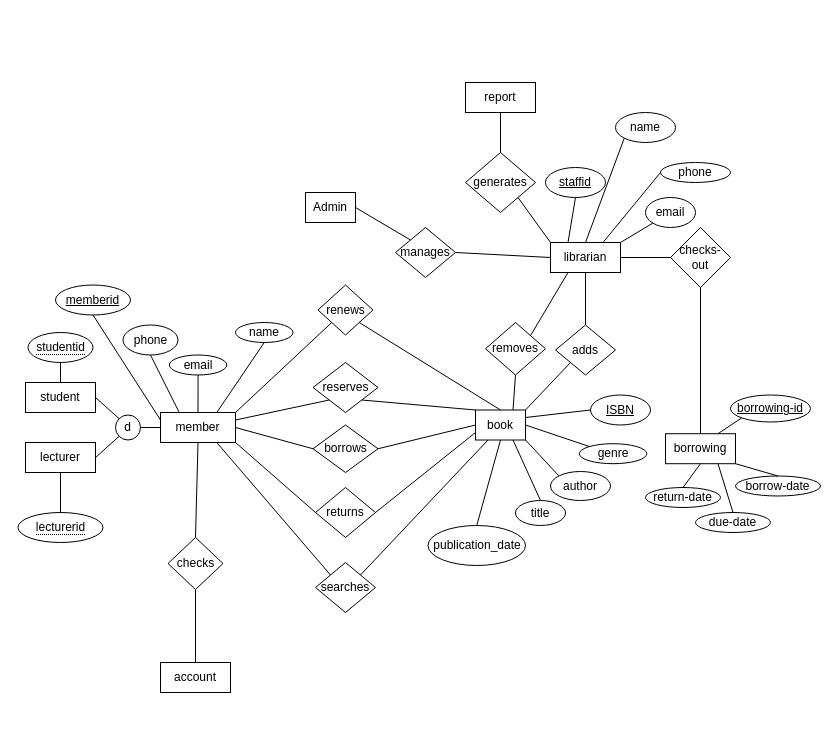
Before: erLMS.drawio in Dinuvi9170/NSBM-Green-University, a draw.io diagram. Source tidied: cells renumbered, new cells numbered last; positions are measured from the earlier drawing's top-left corner, leaving out a move shared by most shapes. Both pictures are drawn from the tidied source at 100%, with x=0, y=0 at pixel (17, 82).
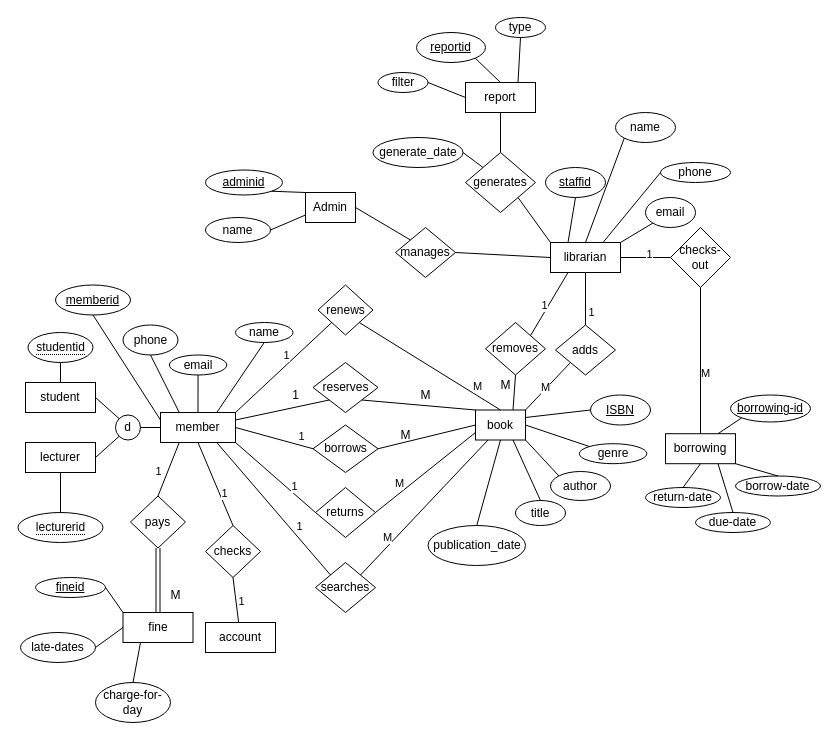
Above is the later version.

The change refers to these unchanged cells:
```xml
<mxCell id="7" value="member" style="html=1;whiteSpace=wrap;" parent="1" vertex="1">
  <mxGeometry x="143" y="330" width="75" height="30" as="geometry" />
</mxCell>
<mxCell id="8" value="report" style="html=1;whiteSpace=wrap;" parent="1" vertex="1">
  <mxGeometry x="448" width="70" height="30" as="geometry" />
</mxCell>
<mxCell id="24" style="endArrow=none;html=1;rounded=0;exitX=1;exitY=1;exitDx=0;exitDy=0;entryX=0.5;entryY=0;entryDx=0;entryDy=0;" parent="1" edge="1" source="21" target="4">
  <mxGeometry relative="1" as="geometry" />
</mxCell>
<mxCell id="25" style="endArrow=none;html=1;rounded=0;entryX=0;entryY=0;entryDx=0;entryDy=0;exitX=0.75;exitY=1;exitDx=0;exitDy=0;" parent="1" edge="1" source="7" target="19">
  <mxGeometry relative="1" as="geometry" />
</mxCell>
<mxCell id="27" style="endArrow=none;html=1;rounded=0;exitX=1;exitY=0.5;exitDx=0;exitDy=0;entryX=0;entryY=0.5;entryDx=0;entryDy=0;" parent="1" edge="1" source="7" target="22">
  <mxGeometry relative="1" as="geometry" />
</mxCell>
<mxCell id="28" style="endArrow=none;html=1;rounded=0;exitX=1;exitY=0;exitDx=0;exitDy=0;entryX=0;entryY=1;entryDx=0;entryDy=0;" parent="1" edge="1" source="7" target="21">
  <mxGeometry relative="1" as="geometry" />
</mxCell>
<mxCell id="29" style="endArrow=none;html=1;rounded=0;entryX=0;entryY=0.5;entryDx=0;entryDy=0;exitX=1;exitY=1;exitDx=0;exitDy=0;" parent="1" edge="1" source="7" target="20">
  <mxGeometry relative="1" as="geometry" />
</mxCell>
<mxCell id="30" style="endArrow=none;html=1;rounded=0;entryX=0;entryY=0.75;entryDx=0;entryDy=0;exitX=1;exitY=0.5;exitDx=0;exitDy=0;" parent="1" edge="1" source="20" target="4">
  <mxGeometry relative="1" as="geometry" />
</mxCell>
<mxCell id="31" style="endArrow=none;html=1;rounded=0;exitX=1;exitY=0;exitDx=0;exitDy=0;entryX=0.25;entryY=1;entryDx=0;entryDy=0;" parent="1" edge="1" source="19" target="4">
  <mxGeometry relative="1" as="geometry" />
</mxCell>
<mxCell id="32" style="endArrow=none;html=1;rounded=0;exitX=1;exitY=0;exitDx=0;exitDy=0;entryX=0.25;entryY=1;entryDx=0;entryDy=0;" parent="1" edge="1" source="17" target="3">
  <mxGeometry relative="1" as="geometry" />
</mxCell>
<mxCell id="33" style="endArrow=none;html=1;rounded=0;exitX=0.5;exitY=0;exitDx=0;exitDy=0;entryX=0.5;entryY=1;entryDx=0;entryDy=0;" parent="1" edge="1" source="16" target="3">
  <mxGeometry relative="1" as="geometry" />
</mxCell>
<mxCell id="34" style="endArrow=none;html=1;rounded=0;exitX=1;exitY=0;exitDx=0;exitDy=0;entryX=0;entryY=1;entryDx=0;entryDy=0;" parent="1" edge="1" source="4" target="16">
  <mxGeometry relative="1" as="geometry" />
</mxCell>
<mxCell id="36" value="Admin" style="rounded=0;whiteSpace=wrap;html=1;" parent="1" vertex="1">
  <mxGeometry x="288" y="110" width="50" height="30" as="geometry" />
</mxCell>
<mxCell id="39" style="endArrow=none;html=1;rounded=0;entryX=0.5;entryY=1;entryDx=0;entryDy=0;exitX=0.5;exitY=0;exitDx=0;exitDy=0;" parent="1" edge="1" source="2" target="15">
  <mxGeometry relative="1" as="geometry" />
</mxCell>
<mxCell id="40" style="endArrow=none;html=1;rounded=0;exitX=1;exitY=0.5;exitDx=0;exitDy=0;entryX=0;entryY=0.5;entryDx=0;entryDy=0;" parent="1" edge="1" source="3" target="15">
  <mxGeometry relative="1" as="geometry" />
</mxCell>
<mxCell id="43" value="generates" style="rhombus;whiteSpace=wrap;html=1;" parent="1" vertex="1">
  <mxGeometry x="448" y="70" width="70" height="60" as="geometry" />
</mxCell>
<mxCell id="46" style="endArrow=none;html=1;rounded=0;entryX=0.5;entryY=1;entryDx=0;entryDy=0;" parent="1" edge="1" source="9" target="42">
  <mxGeometry relative="1" as="geometry" />
</mxCell>
<mxCell id="47" style="endArrow=none;html=1;rounded=0;entryX=0.5;entryY=1;entryDx=0;entryDy=0;exitX=0.5;exitY=0;exitDx=0;exitDy=0;" parent="1" edge="1" source="42" target="7">
  <mxGeometry relative="1" as="geometry" />
</mxCell>
```

Change to the diagram source:
```diff
@@
     <mxCell id="9" value="account" style="html=1;whiteSpace=wrap;" parent="1" vertex="1">
-      <mxGeometry x="143" y="580" width="70" height="30" as="geometry" />
+      <mxGeometry x="188" y="540" width="70" height="30" as="geometry" />
     </mxCell>
@@
+    <mxCell id="86" value="M" style="edgeLabel;html=1;align=center;verticalAlign=middle;" parent="24" vertex="1">
+      <mxGeometry x="0.61" y="8" relative="1" as="geometry" />
+    </mxCell>
@@
+    <mxCell id="87" value="1" style="edgeLabel;html=1;align=center;verticalAlign=middle;" parent="25" vertex="1">
+      <mxGeometry x="0.34" y="8" relative="1" as="geometry" />
+    </mxCell>
@@
+    <mxCell id="88" value="1" style="edgeLabel;html=1;align=center;verticalAlign=middle;" parent="27" vertex="1">
+      <mxGeometry x="0.62" y="9" relative="1" as="geometry" />
+    </mxCell>
@@
+    <mxCell id="89" value="1" style="edgeLabel;html=1;align=center;verticalAlign=middle;" parent="28" vertex="1">
+      <mxGeometry x="0.15" y="7" relative="1" as="geometry" />
+    </mxCell>
@@
+    <mxCell id="90" value="1" style="edgeLabel;html=1;align=center;verticalAlign=middle;" parent="29" vertex="1">
+      <mxGeometry x="0.36" y="6" relative="1" as="geometry">
+        <mxPoint y="1" as="offset" />
+      </mxGeometry>
+    </mxCell>
@@
+    <mxCell id="91" value="M" style="edgeLabel;html=1;align=center;verticalAlign=middle;" parent="30" vertex="1">
+      <mxGeometry x="-0.42" y="8" relative="1" as="geometry" />
+    </mxCell>
@@
+    <mxCell id="92" value="M" style="edgeLabel;html=1;align=center;verticalAlign=middle;" parent="31" vertex="1">
+      <mxGeometry x="-0.49" y="6" relative="1" as="geometry">
+        <mxPoint x="-1" as="offset" />
+      </mxGeometry>
+    </mxCell>
@@
+    <mxCell id="93" value="1" style="edgeLabel;html=1;align=center;verticalAlign=middle;" parent="32" vertex="1">
+      <mxGeometry x="-0.1" y="4" relative="1" as="geometry" />
+    </mxCell>
@@
+    <mxCell id="94" value="1" style="edgeLabel;html=1;align=center;verticalAlign=middle;" parent="33" vertex="1">
+      <mxGeometry x="-0.52" y="-5" relative="1" as="geometry" />
+    </mxCell>
@@
+    <mxCell id="95" value="M" style="edgeLabel;html=1;align=center;verticalAlign=middle;" parent="34" vertex="1">
+      <mxGeometry x="-0.09" y="2" relative="1" as="geometry" />
+    </mxCell>
@@
+    <mxCell id="96" value="M" style="edgeLabel;html=1;align=center;verticalAlign=middle;" parent="39" vertex="1">
+      <mxGeometry x="-0.16" y="-4" relative="1" as="geometry" />
+    </mxCell>
@@
+    <mxCell id="97" value="1" style="edgeLabel;html=1;align=center;verticalAlign=middle;" parent="40" vertex="1">
+      <mxGeometry x="0.1" y="4" relative="1" as="geometry" />
+    </mxCell>
@@
     <mxCell id="42" value="checks" style="rhombus;whiteSpace=wrap;html=1;" parent="1" vertex="1">
-      <mxGeometry x="150.5" y="455" width="55" height="52" as="geometry" />
+      <mxGeometry x="188" y="443" width="55" height="52" as="geometry" />
     </mxCell>
@@
+    <mxCell id="98" value="1" style="edgeLabel;html=1;align=center;verticalAlign=middle;" parent="46" vertex="1">
+      <mxGeometry x="-0.07" y="-5" relative="1" as="geometry" />
+    </mxCell>
@@
+    <mxCell id="99" value="1" style="edgeLabel;html=1;align=center;verticalAlign=middle;" parent="47" vertex="1">
+      <mxGeometry x="-0.28" y="-4" relative="1" as="geometry">
+        <mxPoint y="-1" as="offset" />
+      </mxGeometry>
+    </mxCell>
@@
+    <mxCell id="100" value="pays" style="rhombus;whiteSpace=wrap;html=1;" parent="1" vertex="1">
+      <mxGeometry x="113" y="413.5" width="55" height="52" as="geometry" />
+    </mxCell>
+    <mxCell id="101" value="fine" style="html=1;whiteSpace=wrap;" parent="1" vertex="1">
+      <mxGeometry x="105.5" y="530" width="70" height="30" as="geometry" />
+    </mxCell>
+    <mxCell id="102" style="endArrow=none;html=1;rounded=0;entryX=0.25;entryY=1;entryDx=0;entryDy=0;exitX=0.5;exitY=0;exitDx=0;exitDy=0;" parent="1" edge="1" source="100" target="7">
+      <mxGeometry relative="1" as="geometry" />
+    </mxCell>
+    <mxCell id="103" value="1" style="edgeLabel;html=1;align=center;verticalAlign=middle;" parent="102" vertex="1">
+      <mxGeometry x="-0.18" y="9" relative="1" as="geometry">
+        <mxPoint y="1" as="offset" />
+      </mxGeometry>
+    </mxCell>
+    <mxCell id="104" value="fineid" style="ellipse;whiteSpace=wrap;html=1;align=center;fontStyle=4;" parent="1" vertex="1">
+      <mxGeometry x="18" y="495" width="70" height="20" as="geometry" />
+    </mxCell>
+    <mxCell id="105" value="late-dates" style="ellipse;whiteSpace=wrap;html=1;align=center;" parent="1" vertex="1">
+      <mxGeometry x="3" y="550" width="75" height="30" as="geometry" />
+    </mxCell>
+    <mxCell id="106" value="charge-for-day" style="ellipse;whiteSpace=wrap;html=1;align=center;" parent="1" vertex="1">
+      <mxGeometry x="78" y="600" width="75" height="40" as="geometry" />
+    </mxCell>
+    <mxCell id="107" style="endArrow=none;html=1;rounded=0;exitX=1;exitY=0.5;exitDx=0;exitDy=0;entryX=0;entryY=0.5;entryDx=0;entryDy=0;" parent="1" edge="1" source="105" target="101">
+      <mxGeometry relative="1" as="geometry" />
+    </mxCell>
+    <mxCell id="108" style="endArrow=none;html=1;rounded=0;entryX=0.25;entryY=1;entryDx=0;entryDy=0;exitX=0.5;exitY=0;exitDx=0;exitDy=0;" parent="1" edge="1" source="106" target="101">
+      <mxGeometry relative="1" as="geometry" />
+    </mxCell>
+    <mxCell id="109" style="endArrow=none;html=1;rounded=0;exitX=1;exitY=0.5;exitDx=0;exitDy=0;entryX=0;entryY=0;entryDx=0;entryDy=0;" parent="1" edge="1" source="104" target="101">
+      <mxGeometry relative="1" as="geometry" />
+    </mxCell>
+    <mxCell id="110" value="reportid" style="ellipse;whiteSpace=wrap;html=1;align=center;fontStyle=4;" parent="1" vertex="1">
+      <mxGeometry x="399" y="-50" width="69" height="30" as="geometry" />
+    </mxCell>
+    <mxCell id="111" value="filter" style="ellipse;whiteSpace=wrap;html=1;align=center;" parent="1" vertex="1">
+      <mxGeometry x="360.5" y="-10" width="50" height="20" as="geometry" />
+    </mxCell>
+    <mxCell id="112" value="type" style="ellipse;whiteSpace=wrap;html=1;align=center;" parent="1" vertex="1">
+      <mxGeometry x="478" y="-65" width="50" height="20" as="geometry" />
+    </mxCell>
+    <mxCell id="113" value="generate_date" style="ellipse;whiteSpace=wrap;html=1;align=center;" parent="1" vertex="1">
+      <mxGeometry x="355.5" y="55" width="90" height="30" as="geometry" />
+    </mxCell>
+    <mxCell id="114" style="endArrow=none;html=1;rounded=0;exitX=1;exitY=0.5;exitDx=0;exitDy=0;entryX=0;entryY=0.5;entryDx=0;entryDy=0;" parent="1" edge="1" source="111" target="8">
+      <mxGeometry relative="1" as="geometry" />
+    </mxCell>
+    <mxCell id="115" style="endArrow=none;html=1;rounded=0;entryX=0.5;entryY=0;entryDx=0;entryDy=0;exitX=1;exitY=1;exitDx=0;exitDy=0;" parent="1" edge="1" source="110" target="8">
+      <mxGeometry relative="1" as="geometry" />
+    </mxCell>
+    <mxCell id="116" style="endArrow=none;html=1;rounded=0;exitX=0.75;exitY=0;exitDx=0;exitDy=0;entryX=0.5;entryY=1;entryDx=0;entryDy=0;" parent="1" edge="1" source="8" target="112">
+      <mxGeometry relative="1" as="geometry" />
+    </mxCell>
+    <mxCell id="117" style="endArrow=none;html=1;rounded=0;entryX=0;entryY=0;entryDx=0;entryDy=0;exitX=1;exitY=0.5;exitDx=0;exitDy=0;" parent="1" edge="1" source="113" target="43">
+      <mxGeometry relative="1" as="geometry" />
+    </mxCell>
+    <mxCell id="118" value="adminid" style="ellipse;whiteSpace=wrap;html=1;align=center;fontStyle=4;" parent="1" vertex="1">
+      <mxGeometry x="188" y="87.5" width="77" height="25" as="geometry" />
+    </mxCell>
+    <mxCell id="119" value="name" style="ellipse;whiteSpace=wrap;html=1;align=center;" parent="1" vertex="1">
+      <mxGeometry x="188" y="135" width="65" height="25" as="geometry" />
+    </mxCell>
+    <mxCell id="120" style="endArrow=none;html=1;rounded=0;entryX=0;entryY=0.75;entryDx=0;entryDy=0;exitX=1;exitY=0.5;exitDx=0;exitDy=0;" parent="1" edge="1" source="119" target="36">
+      <mxGeometry relative="1" as="geometry" />
+    </mxCell>
+    <mxCell id="121" style="endArrow=none;html=1;rounded=0;exitX=1;exitY=1;exitDx=0;exitDy=0;entryX=0;entryY=0;entryDx=0;entryDy=0;" parent="1" edge="1" source="118" target="36">
+      <mxGeometry relative="1" as="geometry" />
+    </mxCell>
+    <mxCell id="122" style="shape=link;html=1;rounded=0;exitX=0.5;exitY=1;exitDx=0;exitDy=0;width=4;entryX=0.5;entryY=0;entryDx=0;entryDy=0;" parent="1" edge="1" source="100" target="101">
+      <mxGeometry relative="1" as="geometry" />
+    </mxCell>
+    <mxCell id="123" value="1" style="text;html=1;align=center;verticalAlign=middle;strokeColor=none;fillColor=none;" parent="1" vertex="1">
+      <mxGeometry x="263" y="298" width="30" height="30" as="geometry" />
+    </mxCell>
+    <mxCell id="124" value="M" style="text;html=1;align=center;verticalAlign=middle;strokeColor=none;fillColor=none;" parent="1" vertex="1">
+      <mxGeometry x="393" y="298" width="30" height="30" as="geometry" />
+    </mxCell>
+    <mxCell id="125" value="M" style="text;html=1;align=center;verticalAlign=middle;strokeColor=none;fillColor=none;" parent="1" vertex="1">
+      <mxGeometry x="373" y="338" width="30" height="30" as="geometry" />
+    </mxCell>
+    <mxCell id="126" value="M" style="text;html=1;align=center;verticalAlign=middle;strokeColor=none;fillColor=none;" parent="1" vertex="1">
+      <mxGeometry x="143" y="498" width="30" height="30" as="geometry" />
+    </mxCell>
+    <mxCell id="127" value="M" style="text;html=1;align=center;verticalAlign=middle;strokeColor=none;fillColor=none;" parent="1" vertex="1">
+      <mxGeometry x="473" y="288" width="30" height="30" as="geometry" />
+    </mxCell>
```
